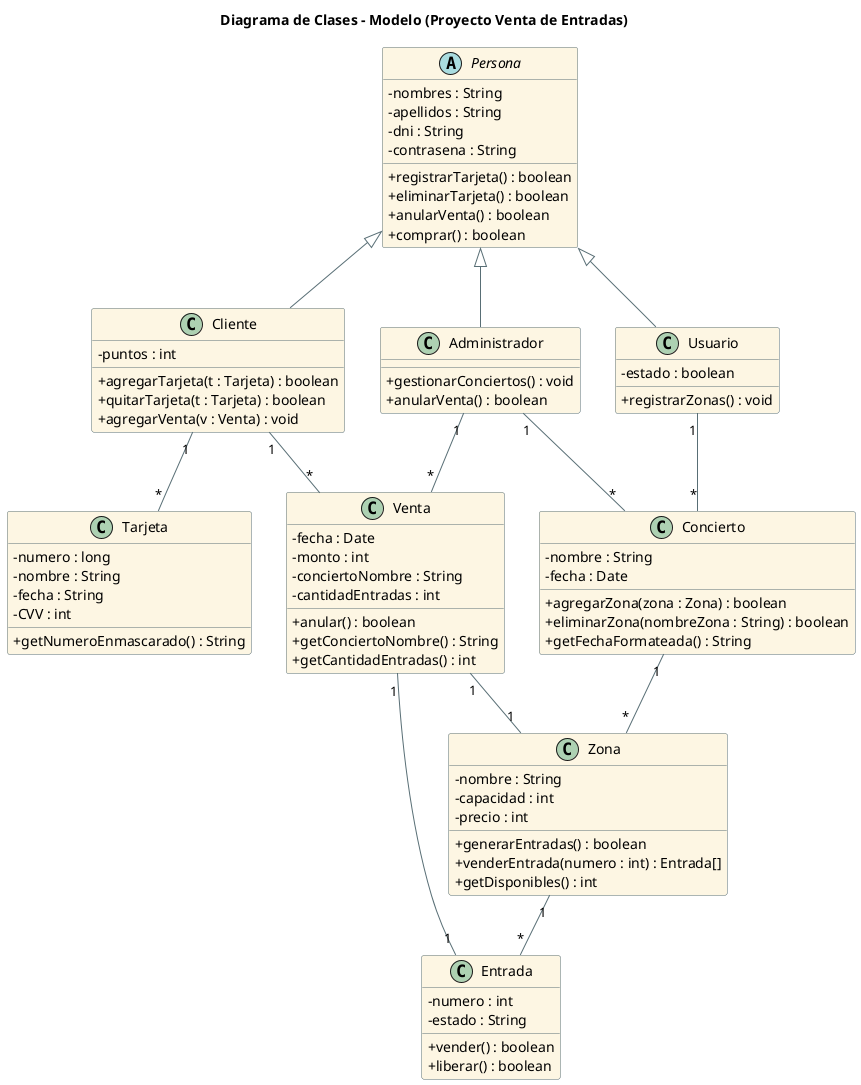
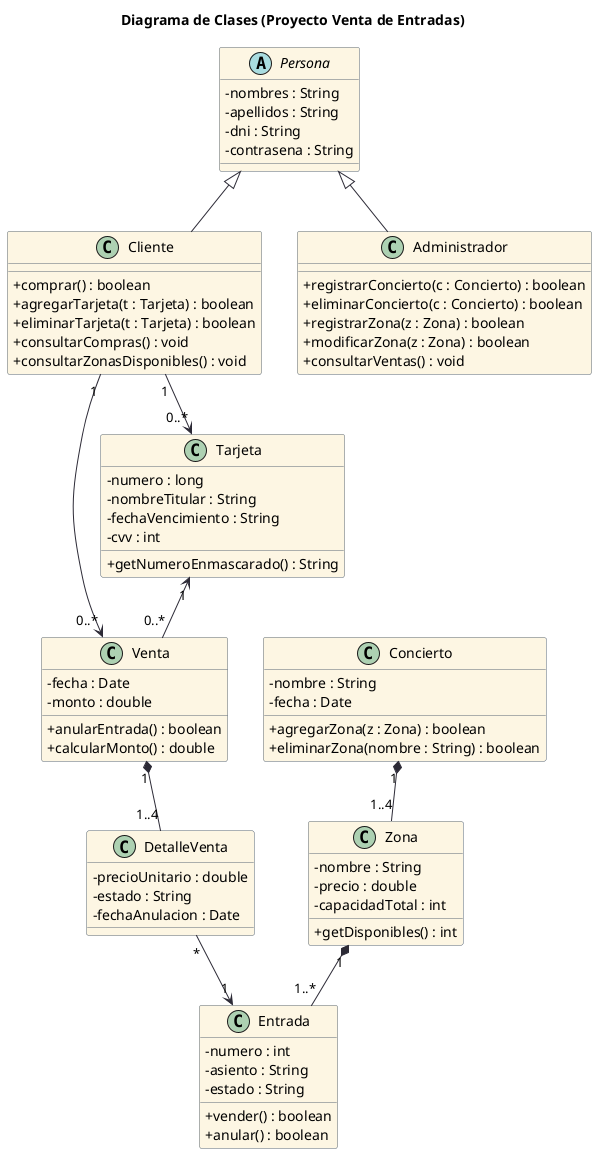
@startuml Proyecto_Venta_Entradas
- title Diagrama de Clases - Modelo (Proyecto Venta de Entradas)
+ title Diagrama de Clases (Proyecto Venta de Entradas)

skinparam classAttributeIconSize 0
skinparam class {
    BackgroundColor #FDF6E3
-     BorderColor #586E75
-     ArrowColor #586E75
+     BorderColor #586675
+     ArrowColor #2c2a36
}

- ' ─── Jerarquía de personas ───────────────────────────────────────
+ ' ===================== PERSONAS =====================

abstract class Persona {
    - nombres : String
    - apellidos : String
    - dni : String
    - contrasena : String
- 
-     + registrarTarjeta() : boolean
-     + eliminarTarjeta() : boolean
-     + anularVenta() : boolean
-     + comprar() : boolean
}

class Cliente {
-     - puntos : int
- 
+     + comprar() : boolean
    + agregarTarjeta(t : Tarjeta) : boolean
-     + quitarTarjeta(t : Tarjeta) : boolean
-     + agregarVenta(v : Venta) : void
- }
- 
- class Usuario {
-     - estado : boolean
- 
-     + registrarZonas() : void
+     + eliminarTarjeta(t : Tarjeta) : boolean
+     + consultarCompras() : void
+     + consultarZonasDisponibles() : void
}

class Administrador {
-     + gestionarConciertos() : void
-     + anularVenta() : boolean
+     + registrarConcierto(c : Concierto) : boolean
+     + eliminarConcierto(c : Concierto) : boolean
+     + registrarZona(z : Zona) : boolean
+     + modificarZona(z : Zona) : boolean
+     + consultarVentas() : void
}

- ' ─── Dominio del concierto ───────────────────────────────────────
+ Persona <|-- Cliente
+ Persona <|-- Administrador
+ 
+ 
+ ' ===================== CONCIERTOS =====================

class Concierto {
    - nombre : String
    - fecha : Date

-     + agregarZona(zona : Zona) : boolean
-     + eliminarZona(nombreZona : String) : boolean
-     + getFechaFormateada() : String
+     + agregarZona(z : Zona) : boolean
+     + eliminarZona(nombre : String) : boolean
}

class Zona {
    - nombre : String
-     - capacidad : int
-     - precio : int
+     - precio : double
+     - capacidadTotal : int

-     + generarEntradas() : boolean
-     + venderEntrada(numero : int) : Entrada[]
    + getDisponibles() : int
}

class Entrada {
    - numero : int
+     - asiento : String
    - estado : String
+     ' estado : DISPONIBLE , VENDIDA

    + vender() : boolean
-     + liberar() : boolean
+     + anular() : boolean
}

- ' ─── Transacción ─────────────────────────────────────────────────
+ 
+ ' ===================== VENTAS =====================

class Venta {
    - fecha : Date
-     - monto : int
-     - conciertoNombre : String
-     - cantidadEntradas : int
+     - monto : double

-     + anular() : boolean
-     + getConciertoNombre() : String
-     + getCantidadEntradas() : int
+     + anularEntrada() : boolean
+     + calcularMonto() : double
+ }
+ 
+ class DetalleVenta {
+     - precioUnitario : double
+     - estado : String
+     - fechaAnulacion : Date
+ 
+     ' estado: ACTIVO, ANULADO
}

class Tarjeta {
    - numero : long
-     - nombre : String
-     - fecha : String
-     - CVV : int
+     - nombreTitular : String
+     - fechaVencimiento : String
+     - cvv : int

    + getNumeroEnmascarado() : String
}


- ' ─── Herencia ────────────────────────────────────────────────────
+ ' ===================== RELACIONES =====================

- Persona <|-- Cliente
- Persona <|-- Usuario
- Persona <|-- Administrador
+ Concierto "1" *-- "1..4" Zona
+ Zona "1" *-- "1..*" Entrada

- ' ─── Asociaciones (sin pertenencia, con cardinalidad) ────────────
+ Cliente "1" --> "0..*" Tarjeta
+ Cliente "1" --> "0..*" Venta

- Usuario    "1"    --  "*"    Concierto
- Concierto  "1"    --  "*"    Zona
- Zona       "1"    --  "*"    Entrada
+ Tarjeta "1" <-- "0..*" Venta

- Cliente    "1"    --  "*"    Tarjeta
- Cliente    "1"    --  "*"    Venta
- 
- Venta      "1"    --  "1"    Zona
- Venta      "1"    --  "1"    Entrada
- 
- Administrador  "1"  --  "*"  Concierto
- Administrador  "1"  --  "*"  Venta
- 
+ Venta "1" *-- "1..4" DetalleVenta
+ DetalleVenta "*" --> "1" Entrada

@enduml
